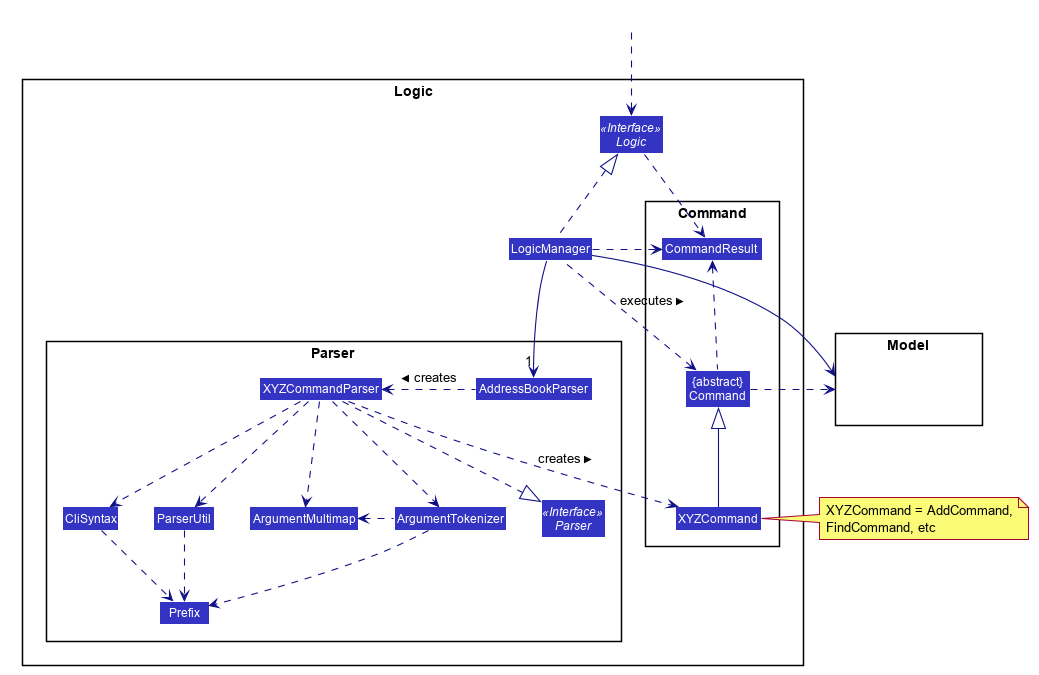
This is docs/images/LogicClassDiagram.png from nus-cs2103-AY1920S2/addressbook-level3, a PlantUML export, as it was before one commit.
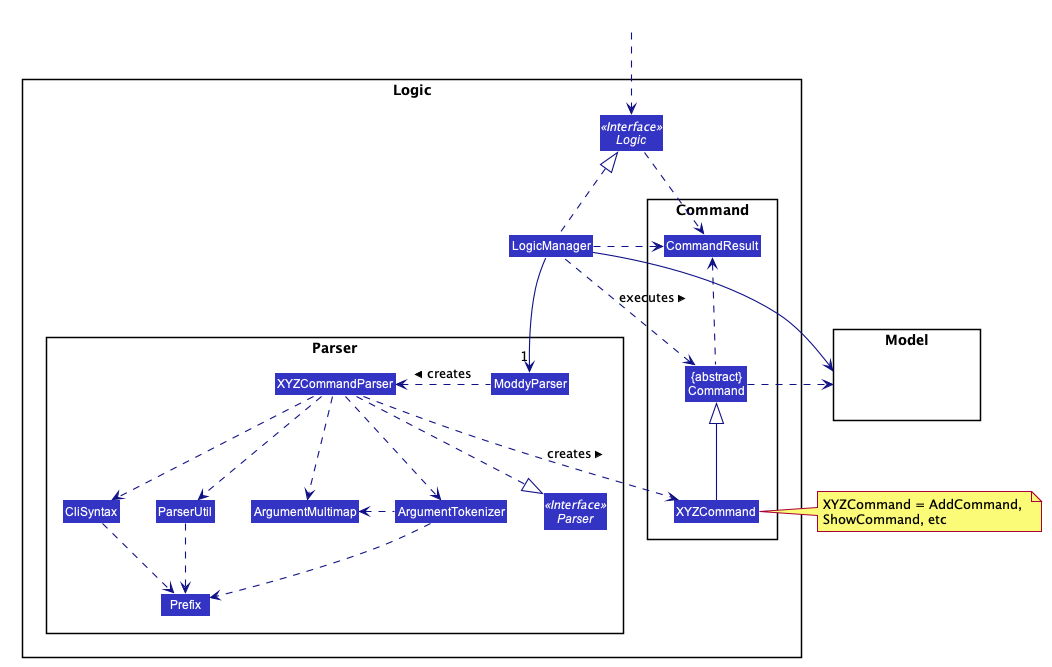
The same diagram one commit later.

Commit message:
Updated DG (Introduction, Setting up, Architecture, NewCommand, AddCommand)

Diff of the diagram source:
```diff
@@ -55,7 +55,7 @@
 
 package Parser {
 Interface Parser <<Interface>>
-Class AddressBookParser
+Class ModdyParser
 Class XYZCommandParser
 Class CliSyntax
 Class ParserUtil
@@ -82,8 +82,8 @@
 HiddenOutside ..> Logic
 
 LogicManager .up.|> Logic
-LogicManager -->"1" AddressBookParser
-AddressBookParser .left.> XYZCommandParser: creates >
+LogicManager -->"1" ModdyParser
+ModdyParser .left.> XYZCommandParser: creates >
 
 XYZCommandParser ..> XYZCommand : creates >
 XYZCommandParser ..|> Parser
@@ -100,7 +100,7 @@
 
 LogicManager --> Model
 Command .right.> Model
-note right of XYZCommand: XYZCommand = AddCommand, \nFindCommand, etc
+note right of XYZCommand: XYZCommand = AddCommand, \nShowCommand, etc
 
 Logic ..> CommandResult
 LogicManager .down.> CommandResult
```
